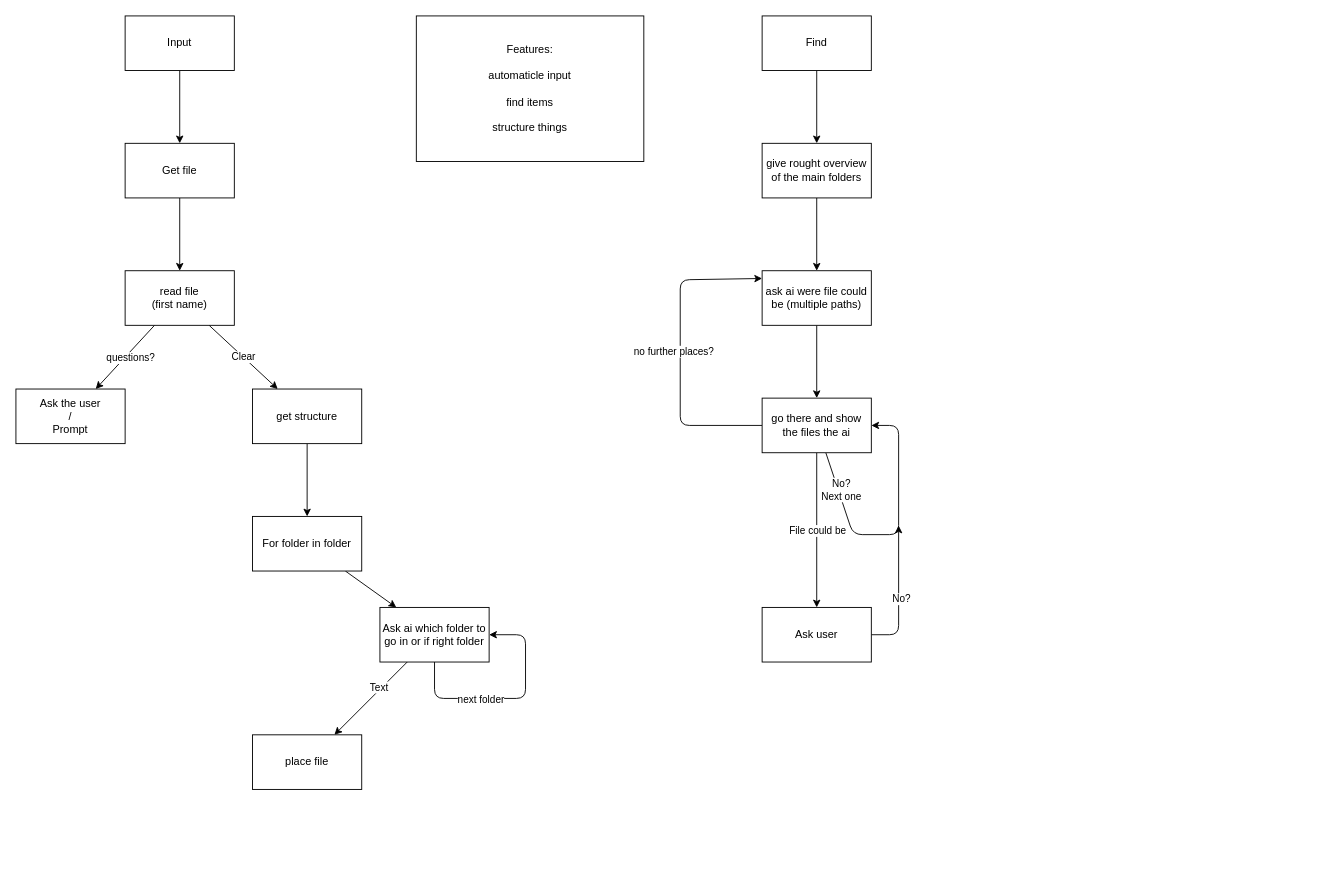
Redstonekey/ai-file-manager keeps this draw.io diagram as ai.drawio. Above is the earlier version. Source tidied: cells renumbered, new cells numbered last; positions are measured from the earlier drawing's top-left corner, leaving out a move shared by most shapes. Both pictures are drawn from the tidied source at 91%, with x=0, y=0 at pixel (15, 15).
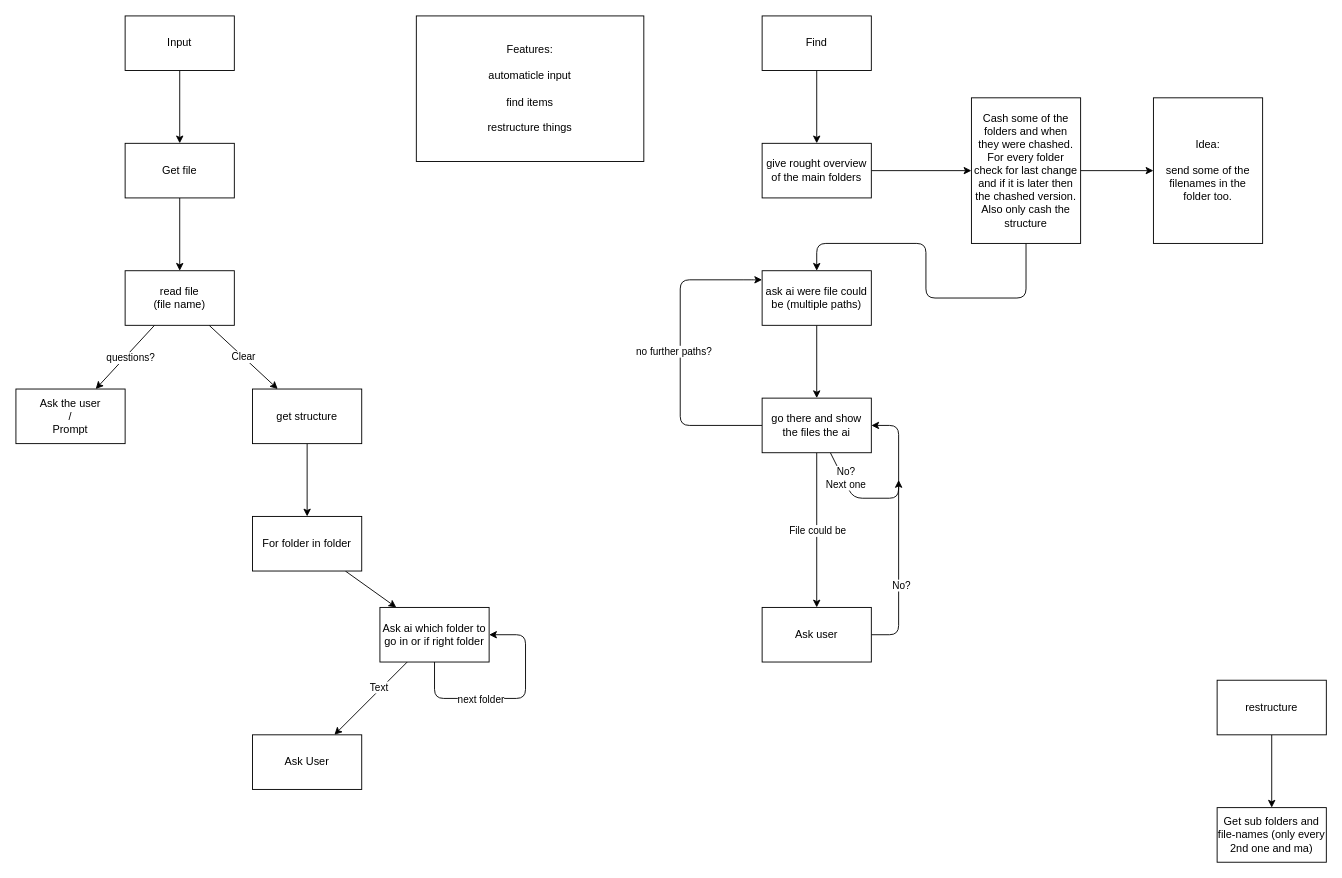
After the change.

The change refers to these unchanged cells:
```xml
<mxCell id="26" value="give&amp;nbsp;rought overview of the main folders" style="whiteSpace=wrap;html=1;" parent="1" vertex="1">
  <mxGeometry x="820" y="140" width="120" height="60" as="geometry" />
</mxCell>
<mxCell id="28" value="ask ai were file could be (multiple paths)" style="whiteSpace=wrap;html=1;" parent="1" vertex="1">
  <mxGeometry x="820" y="280" width="120" height="60" as="geometry" />
</mxCell>
<mxCell id="35" value="go there and show the files the ai" style="whiteSpace=wrap;html=1;" parent="1" vertex="1">
  <mxGeometry x="820" y="420" width="120" height="60" as="geometry" />
</mxCell>
<mxCell id="38" value="Ask user" style="whiteSpace=wrap;html=1;" parent="1" vertex="1">
  <mxGeometry x="820" y="650" width="120" height="60" as="geometry" />
</mxCell>
```

Change to the diagram source:
```diff
@@
-    <mxCell id="4" value="Features:&lt;br&gt;&lt;br&gt;automaticle input&lt;div&gt;&lt;br&gt;&lt;/div&gt;&lt;div&gt;find items&lt;/div&gt;&lt;div&gt;&lt;br&gt;&lt;/div&gt;&lt;div&gt;structure things&lt;/div&gt;" style="whiteSpace=wrap;html=1;" parent="1" vertex="1">
+    <mxCell id="4" value="Features:&lt;br&gt;&lt;br&gt;automaticle input&lt;div&gt;&lt;br&gt;&lt;/div&gt;&lt;div&gt;find items&lt;/div&gt;&lt;div&gt;&lt;br&gt;&lt;/div&gt;&lt;div&gt;&lt;span style=&quot;color: rgb(0, 0, 0); background-color: transparent;&quot;&gt;re&lt;/span&gt;structure things&lt;/div&gt;" style="whiteSpace=wrap;html=1;" parent="1" vertex="1">
       <mxGeometry x="440" width="250" height="160" as="geometry" />
     </mxCell>
@@
-    <mxCell id="11" value="read file&lt;br&gt;(first name)" style="whiteSpace=wrap;html=1;" parent="1" vertex="1">
+    <mxCell id="11" value="read file&lt;br&gt;(file name)" style="whiteSpace=wrap;html=1;" parent="1" vertex="1">
       <mxGeometry x="120" y="280" width="120" height="60" as="geometry" />
     </mxCell>
@@
-    <mxCell id="22" value="place file" style="whiteSpace=wrap;html=1;" parent="1" vertex="1">
+    <mxCell id="22" value="Ask Use&lt;span style=&quot;color: rgb(0, 0, 0);&quot;&gt;r&lt;/span&gt;" style="whiteSpace=wrap;html=1;" parent="1" vertex="1">
       <mxGeometry x="260" y="790" width="120" height="60" as="geometry" />
     </mxCell>
@@
-    <mxCell id="25" style="edgeStyle=none;html=1;" parent="1" edge="1" source="26" target="28">
-      <mxGeometry relative="1" as="geometry" />
-    </mxCell>
+    <mxCell id="39" style="edgeStyle=none;html=1;" parent="1" edge="1" source="26" target="42">
+      <mxGeometry relative="1" as="geometry" />
+    </mxCell>
@@
     <mxCell id="31" style="edgeStyle=none;html=1;entryX=1;entryY=0.5;entryDx=0;entryDy=0;" parent="1" edge="1" source="35" target="35">
       <mxGeometry relative="1" as="geometry">
         <Array as="points">
-          <mxPoint x="920" y="570" />
-          <mxPoint x="970" y="570" />
+          <mxPoint x="920" y="530" />
+          <mxPoint x="970" y="530" />
           <mxPoint x="970" y="450" />
         </Array>
       </mxGeometry>
     </mxCell>
@@
-    <mxCell id="33" style="edgeStyle=none;html=1;entryX=0;entryY=0.142;entryDx=0;entryDy=0;entryPerimeter=0;" parent="1" edge="1" source="35" target="28">
+    <mxCell id="33" style="edgeStyle=none;html=1;" parent="1" edge="1" source="35">
       <mxGeometry relative="1" as="geometry">
+        <mxPoint x="820" y="290" as="targetPoint" />
         <Array as="points">
           <mxPoint x="730" y="450" />
           <mxPoint x="730" y="290" />
+          <mxPoint x="810" y="290" />
         </Array>
       </mxGeometry>
     </mxCell>
-    <mxCell id="34" value="no further places?" style="edgeLabel;html=1;align=center;verticalAlign=middle;" parent="33" vertex="1">
+    <mxCell id="34" value="no further paths?" style="edgeLabel;html=1;align=center;verticalAlign=middle;" parent="33" vertex="1">
       <mxGeometry x="0.01" y="8" relative="1" as="geometry" />
     </mxCell>
@@
     <mxCell id="36" style="edgeStyle=none;html=1;" parent="1" edge="1" source="38">
       <mxGeometry relative="1" as="geometry">
-        <mxPoint x="970" y="560" as="targetPoint" />
+        <mxPoint x="970" y="510" as="targetPoint" />
         <Array as="points">
           <mxPoint x="970" y="680" />
         </Array>
       </mxGeometry>
     </mxCell>
@@
+    <mxCell id="40" style="edgeStyle=none;html=1;" parent="1" edge="1" source="42" target="28">
+      <mxGeometry relative="1" as="geometry">
+        <Array as="points">
+          <mxPoint x="1110" y="310" />
+          <mxPoint x="1000" y="310" />
+          <mxPoint x="1000" y="250" />
+          <mxPoint x="880" y="250" />
+        </Array>
+      </mxGeometry>
+    </mxCell>
+    <mxCell id="41" style="edgeStyle=none;html=1;" parent="1" edge="1" source="42" target="43">
+      <mxGeometry relative="1" as="geometry" />
+    </mxCell>
+    <mxCell id="42" value="Cash some of the folde&lt;span style=&quot;color: rgb(0, 0, 0);&quot;&gt;rs and when&lt;/span&gt;&lt;div&gt;&lt;span style=&quot;color: rgb(0, 0, 0);&quot;&gt;they we&lt;span style=&quot;color: rgb(0, 0, 0);&quot;&gt;re chashed&lt;/span&gt;.&lt;/span&gt;&lt;/div&gt;&lt;div&gt;&lt;font color=&quot;#000000&quot;&gt;Fo&lt;/font&gt;&lt;span style=&quot;color: rgb(0, 0, 0);&quot;&gt;r eve&lt;/span&gt;&lt;span style=&quot;color: rgb(0, 0, 0);&quot;&gt;ry folde&lt;/span&gt;&lt;span style=&quot;color: rgb(0, 0, 0);&quot;&gt;r check fo&lt;/span&gt;&lt;span style=&quot;color: rgb(0, 0, 0);&quot;&gt;r last change&lt;/span&gt;&lt;/div&gt;&lt;div&gt;&lt;span style=&quot;color: rgb(0, 0, 0);&quot;&gt;and if it is late&lt;/span&gt;&lt;span style=&quot;color: rgb(0, 0, 0); background-color: transparent;&quot;&gt;r then the chashed ve&lt;/span&gt;&lt;span style=&quot;color: rgb(0, 0, 0); background-color: transparent;&quot;&gt;rsion.&lt;br&gt;Also only cash the st&lt;/span&gt;&lt;span style=&quot;color: rgb(0, 0, 0); background-color: transparent;&quot;&gt;ructu&lt;/span&gt;&lt;span style=&quot;color: rgb(0, 0, 0); background-color: transparent;&quot;&gt;re&lt;/span&gt;&lt;/div&gt;" style="whiteSpace=wrap;html=1;" parent="1" vertex="1">
+      <mxGeometry x="1050" y="90" width="120" height="160" as="geometry" />
+    </mxCell>
+    <mxCell id="43" value="Idea:&lt;br&gt;&lt;br&gt;&lt;div&gt;send some of the filenames in the folde&lt;span style=&quot;color: rgb(0, 0, 0); background-color: transparent;&quot;&gt;r&lt;/span&gt;&lt;span style=&quot;color: rgb(0, 0, 0); background-color: transparent;&quot;&gt;&amp;nbsp;too.&lt;/span&gt;&lt;/div&gt;" style="whiteSpace=wrap;html=1;" parent="1" vertex="1">
+      <mxGeometry x="1250" y="90" width="120" height="160" as="geometry" />
+    </mxCell>
+    <mxCell id="44" style="edgeStyle=none;html=1;" parent="1" edge="1" source="45" target="46">
+      <mxGeometry relative="1" as="geometry" />
+    </mxCell>
+    <mxCell id="45" value="&lt;span style=&quot;color: rgb(0, 0, 0);&quot;&gt;rest&lt;/span&gt;&lt;span style=&quot;color: rgb(0, 0, 0);&quot;&gt;ructu&lt;/span&gt;&lt;span style=&quot;color: rgb(0, 0, 0);&quot;&gt;re&lt;/span&gt;" style="whiteSpace=wrap;html=1;" parent="1" vertex="1">
+      <mxGeometry x="1320" y="730" width="120" height="60" as="geometry" />
+    </mxCell>
+    <mxCell id="46" value="Get sub folde&lt;span style=&quot;color: rgb(0, 0, 0);&quot;&gt;rs and file-names (only eve&lt;/span&gt;&lt;span style=&quot;color: rgb(0, 0, 0);&quot;&gt;ry 2nd one and ma&lt;/span&gt;&lt;span style=&quot;color: rgb(0, 0, 0);&quot;&gt;)&lt;/span&gt;" style="whiteSpace=wrap;html=1;" parent="1" vertex="1">
+      <mxGeometry x="1320" y="870" width="120" height="60" as="geometry" />
+    </mxCell>
```
